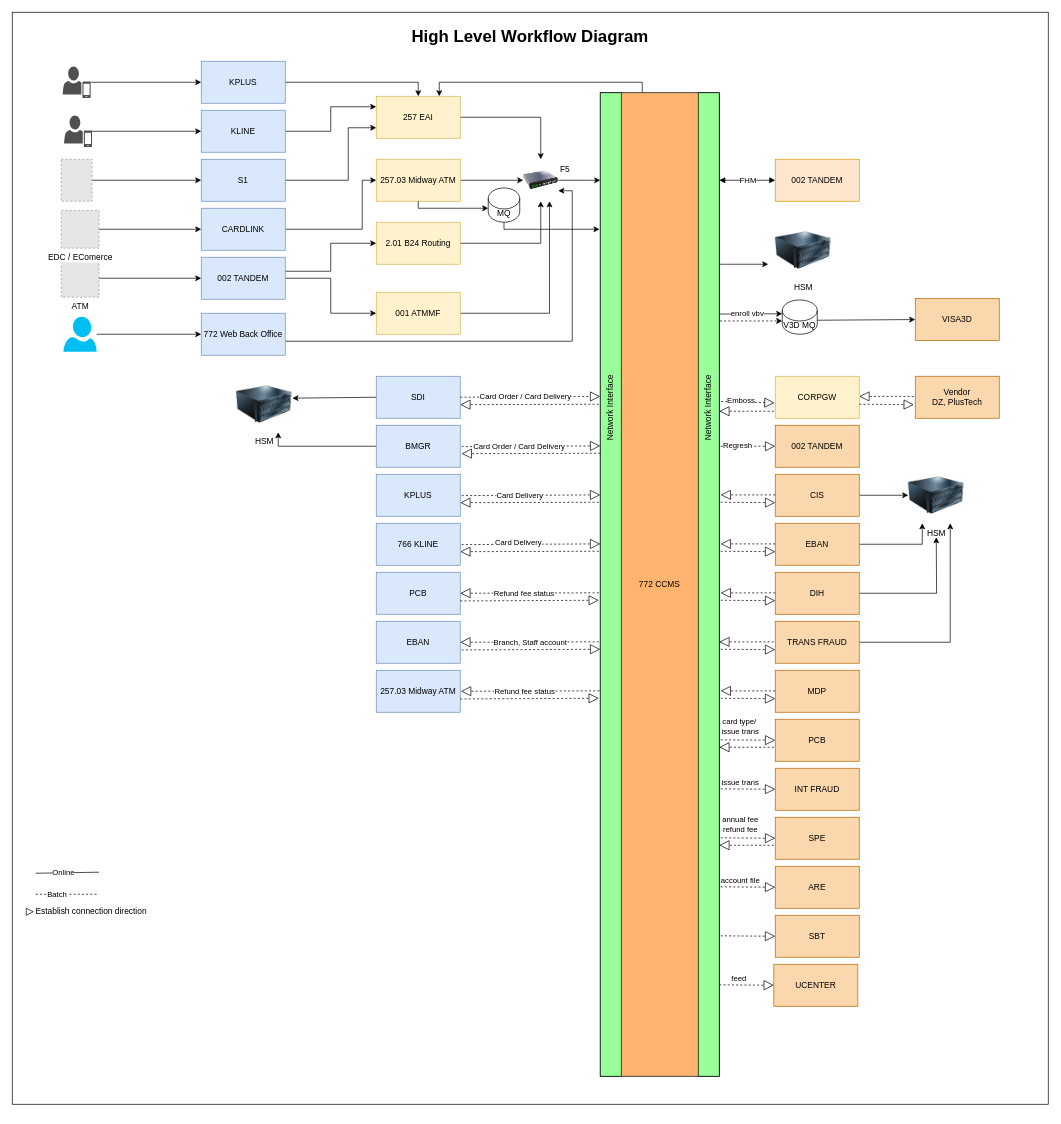
Before: page "High Level Diagram" (2 of 8) of CCMS_Diagram.drawio in chawaratr/drawio, a draw.io diagram. Source tidied: cells renumbered, new cells numbered last; positions are measured from the earlier drawing's top-left corner, leaving out a move shared by most shapes. Both pictures are drawn from the tidied source at 70%, with x=0, y=0 at pixel (12, 12). Pictures stored in the file or linked from it are replaced by grey dashed boxes.
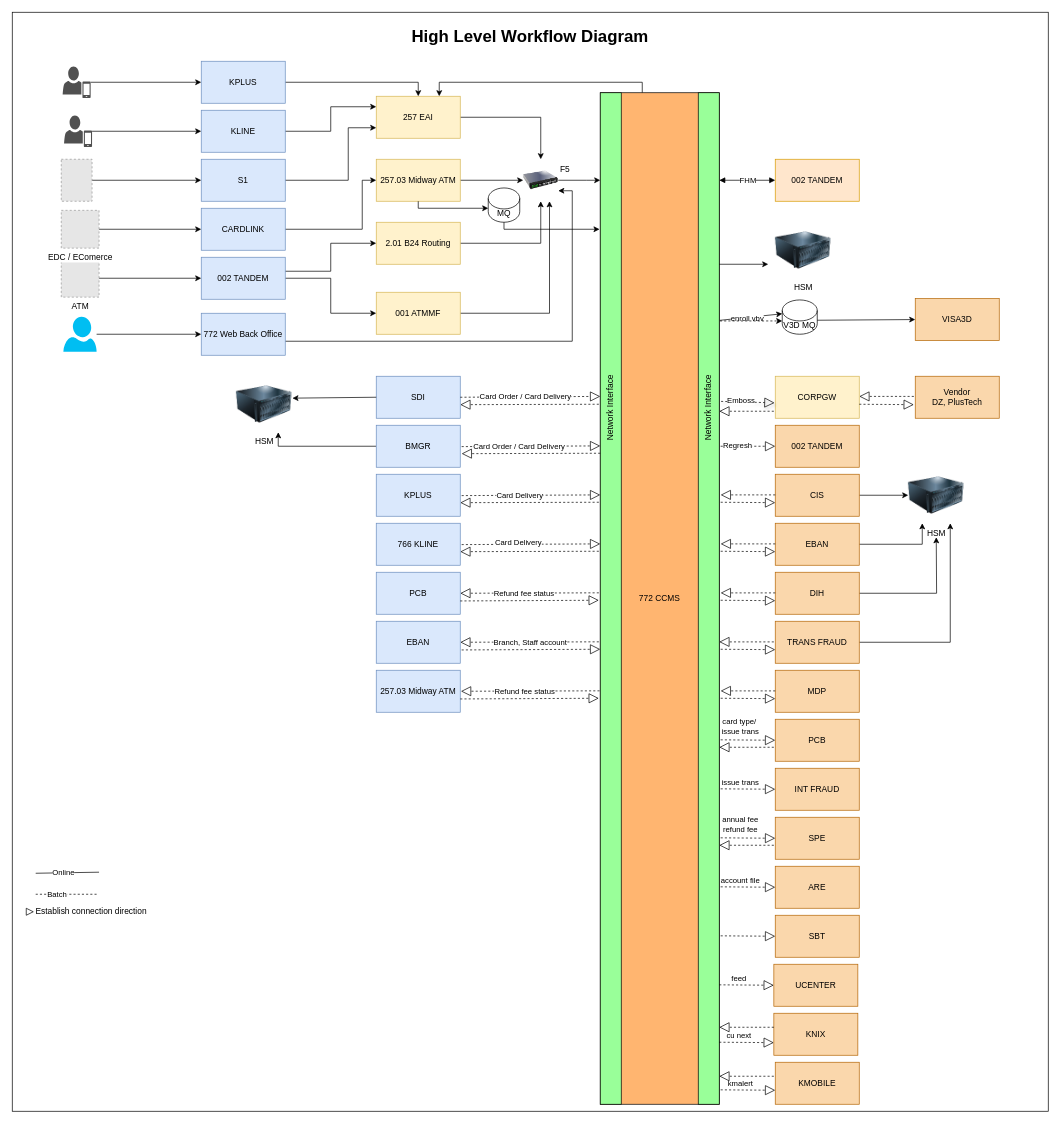
The same diagram, later.

Commit message:
added knix, kmobile

What changed in the source:
```diff
@@
     <mxCell id="2" style="rounded=0;whiteSpace=wrap;html=1;" parent="1" vertex="1">
-      <mxGeometry width="1480" height="1560" as="geometry" />
+      <mxGeometry width="1480" height="1570" as="geometry" />
     </mxCell>
@@
     <mxCell id="4" value="772 CCMS" style="rounded=0;whiteSpace=wrap;html=1;fillColor=#FFB570;" parent="1" vertex="1">
-      <mxGeometry x="840" y="115" width="170" height="1405" as="geometry" />
+      <mxGeometry x="840" y="115" width="170" height="1445" as="geometry" />
     </mxCell>
@@
     <mxCell id="62" style="rounded=0;whiteSpace=wrap;html=1;fillColor=#99FF99;" parent="1" vertex="1">
-      <mxGeometry x="840" y="115" width="30" height="1405" as="geometry" />
+      <mxGeometry x="840" y="115" width="30" height="1445" as="geometry" />
     </mxCell>
     <mxCell id="63" style="rounded=0;whiteSpace=wrap;html=1;fillColor=#99FF99;" parent="1" vertex="1">
-      <mxGeometry x="980" y="115" width="30" height="1405" as="geometry" />
+      <mxGeometry x="980" y="115" width="30" height="1445" as="geometry" />
     </mxCell>
@@
+    <mxCell id="146" value="KNIX" style="rounded=0;whiteSpace=wrap;html=1;fillColor=#fad7ac;strokeColor=#b46504;" parent="1" vertex="1">
+      <mxGeometry x="1088" y="1430" width="120" height="60" as="geometry" />
+    </mxCell>
+    <mxCell id="147" style="endArrow=block;dashed=1;endFill=0;endSize=12;html=1;rounded=0;flowAnimation=1;" parent="1" edge="1">
+      <mxGeometry relative="1" as="geometry">
+        <mxPoint x="1010" y="1471.4" as="sourcePoint" />
+        <mxPoint x="1088" y="1472" as="targetPoint" />
+      </mxGeometry>
+    </mxCell>
+    <mxCell id="148" value="cu next" style="edgeLabel;html=1;align=center;verticalAlign=middle;" parent="147" vertex="1">
+      <mxGeometry x="-0.4" y="2" relative="1" as="geometry">
+        <mxPoint x="4" y="-8" as="offset" />
+      </mxGeometry>
+    </mxCell>
+    <mxCell id="149" value="KMOBILE" style="rounded=0;whiteSpace=wrap;html=1;fillColor=#fad7ac;strokeColor=#b46504;" parent="1" vertex="1">
+      <mxGeometry x="1090" y="1500" width="120" height="60" as="geometry" />
+    </mxCell>
+    <mxCell id="150" style="endArrow=block;dashed=1;endFill=0;endSize=12;html=1;rounded=0;flowAnimation=1;" parent="1" edge="1">
+      <mxGeometry relative="1" as="geometry">
+        <mxPoint x="1012" y="1539.4" as="sourcePoint" />
+        <mxPoint x="1090" y="1540" as="targetPoint" />
+      </mxGeometry>
+    </mxCell>
+    <mxCell id="151" value="kmalert" style="edgeLabel;html=1;align=center;verticalAlign=middle;" parent="150" vertex="1">
+      <mxGeometry x="-0.4" y="2" relative="1" as="geometry">
+        <mxPoint x="4" y="-8" as="offset" />
+      </mxGeometry>
+    </mxCell>
+    <mxCell id="152" style="endArrow=block;dashed=1;endFill=0;endSize=12;html=1;rounded=0;entryX=1.015;entryY=0.491;entryDx=0;entryDy=0;entryPerimeter=0;exitX=0;exitY=0.5;exitDx=0;exitDy=0;" parent="1" edge="1">
+      <mxGeometry relative="1" as="geometry">
+        <mxPoint x="1088" y="1450" as="sourcePoint" />
+        <mxPoint x="1010" y="1450" as="targetPoint" />
+      </mxGeometry>
+    </mxCell>
+    <mxCell id="153" style="endArrow=block;dashed=1;endFill=0;endSize=12;html=1;rounded=0;entryX=1.015;entryY=0.491;entryDx=0;entryDy=0;entryPerimeter=0;exitX=0;exitY=0.5;exitDx=0;exitDy=0;" parent="1" edge="1">
+      <mxGeometry relative="1" as="geometry">
+        <mxPoint x="1088" y="1520" as="sourcePoint" />
+        <mxPoint x="1010" y="1520" as="targetPoint" />
+      </mxGeometry>
+    </mxCell>
```
